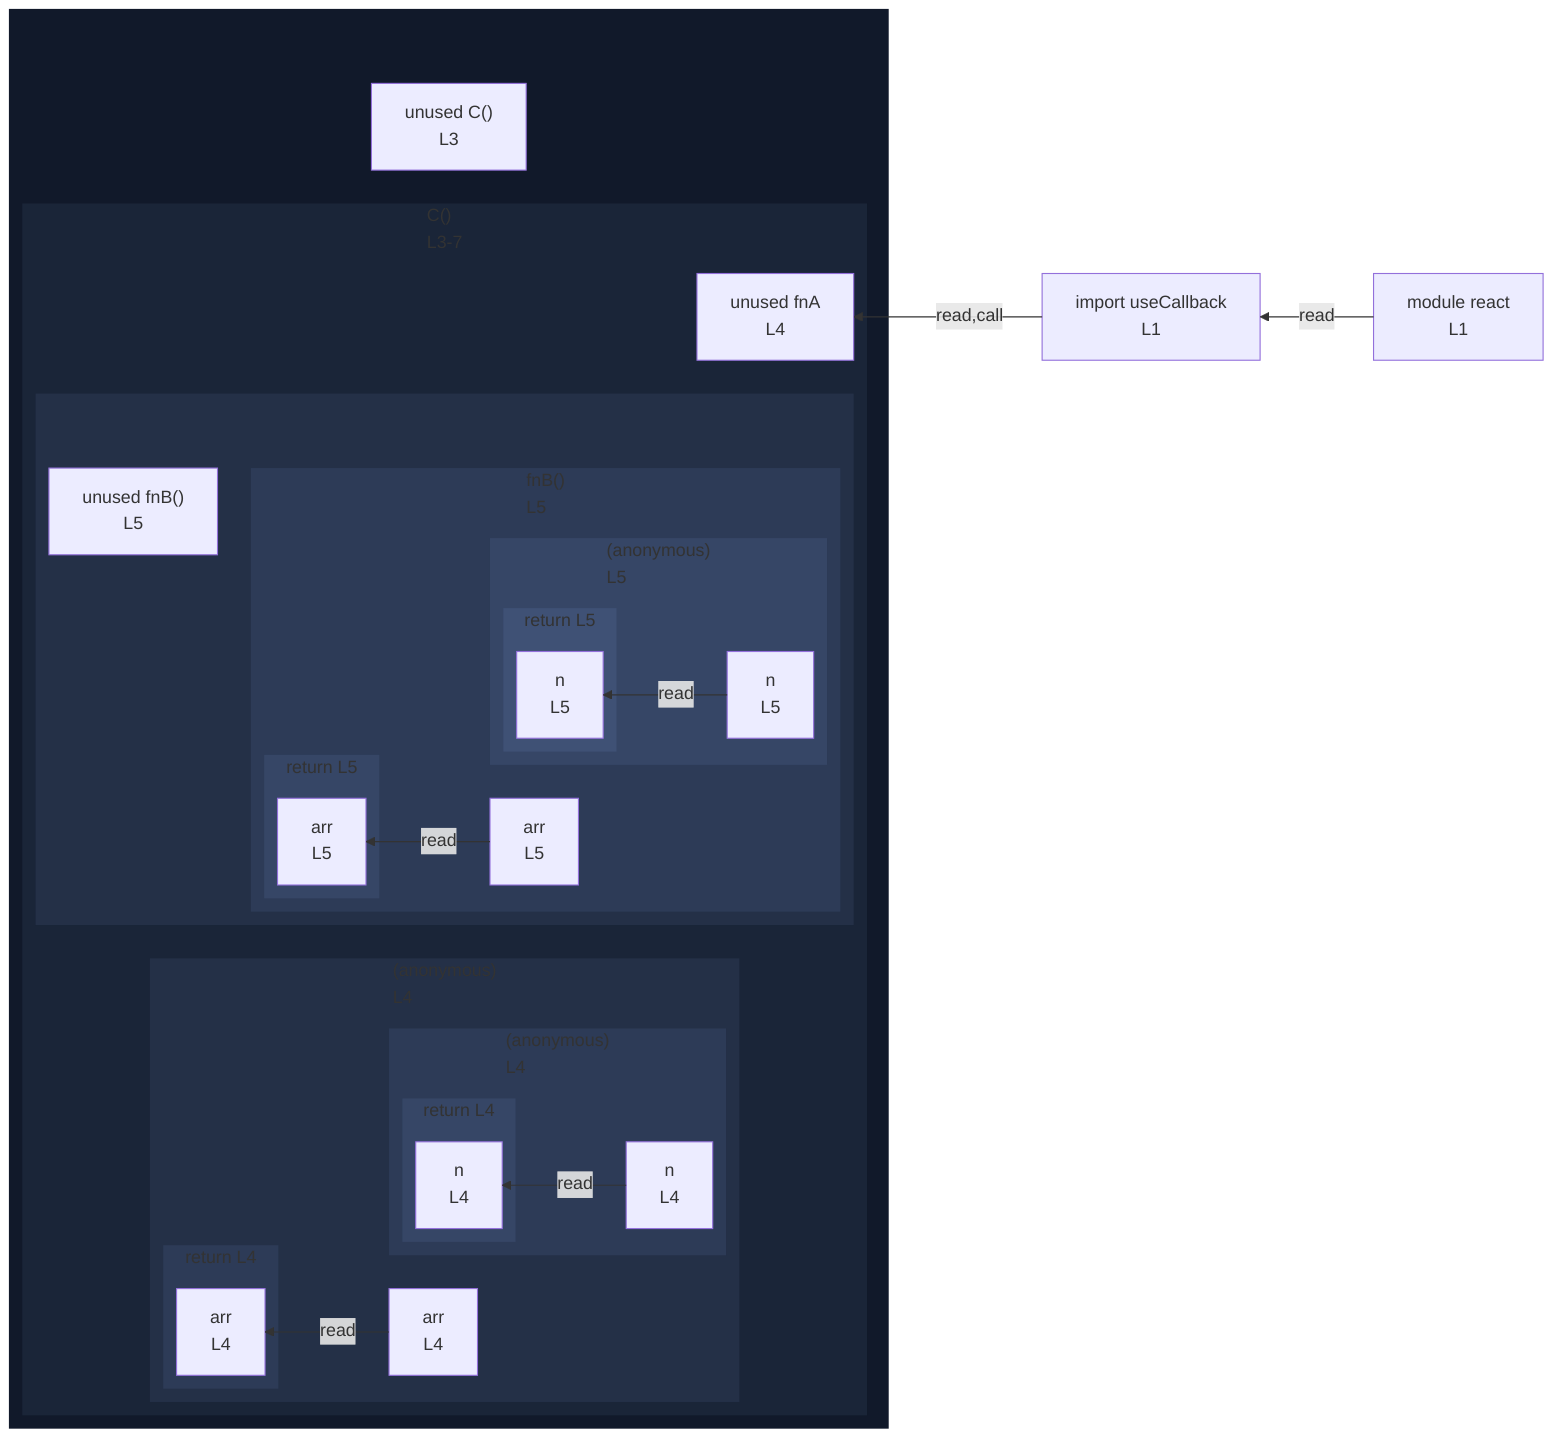
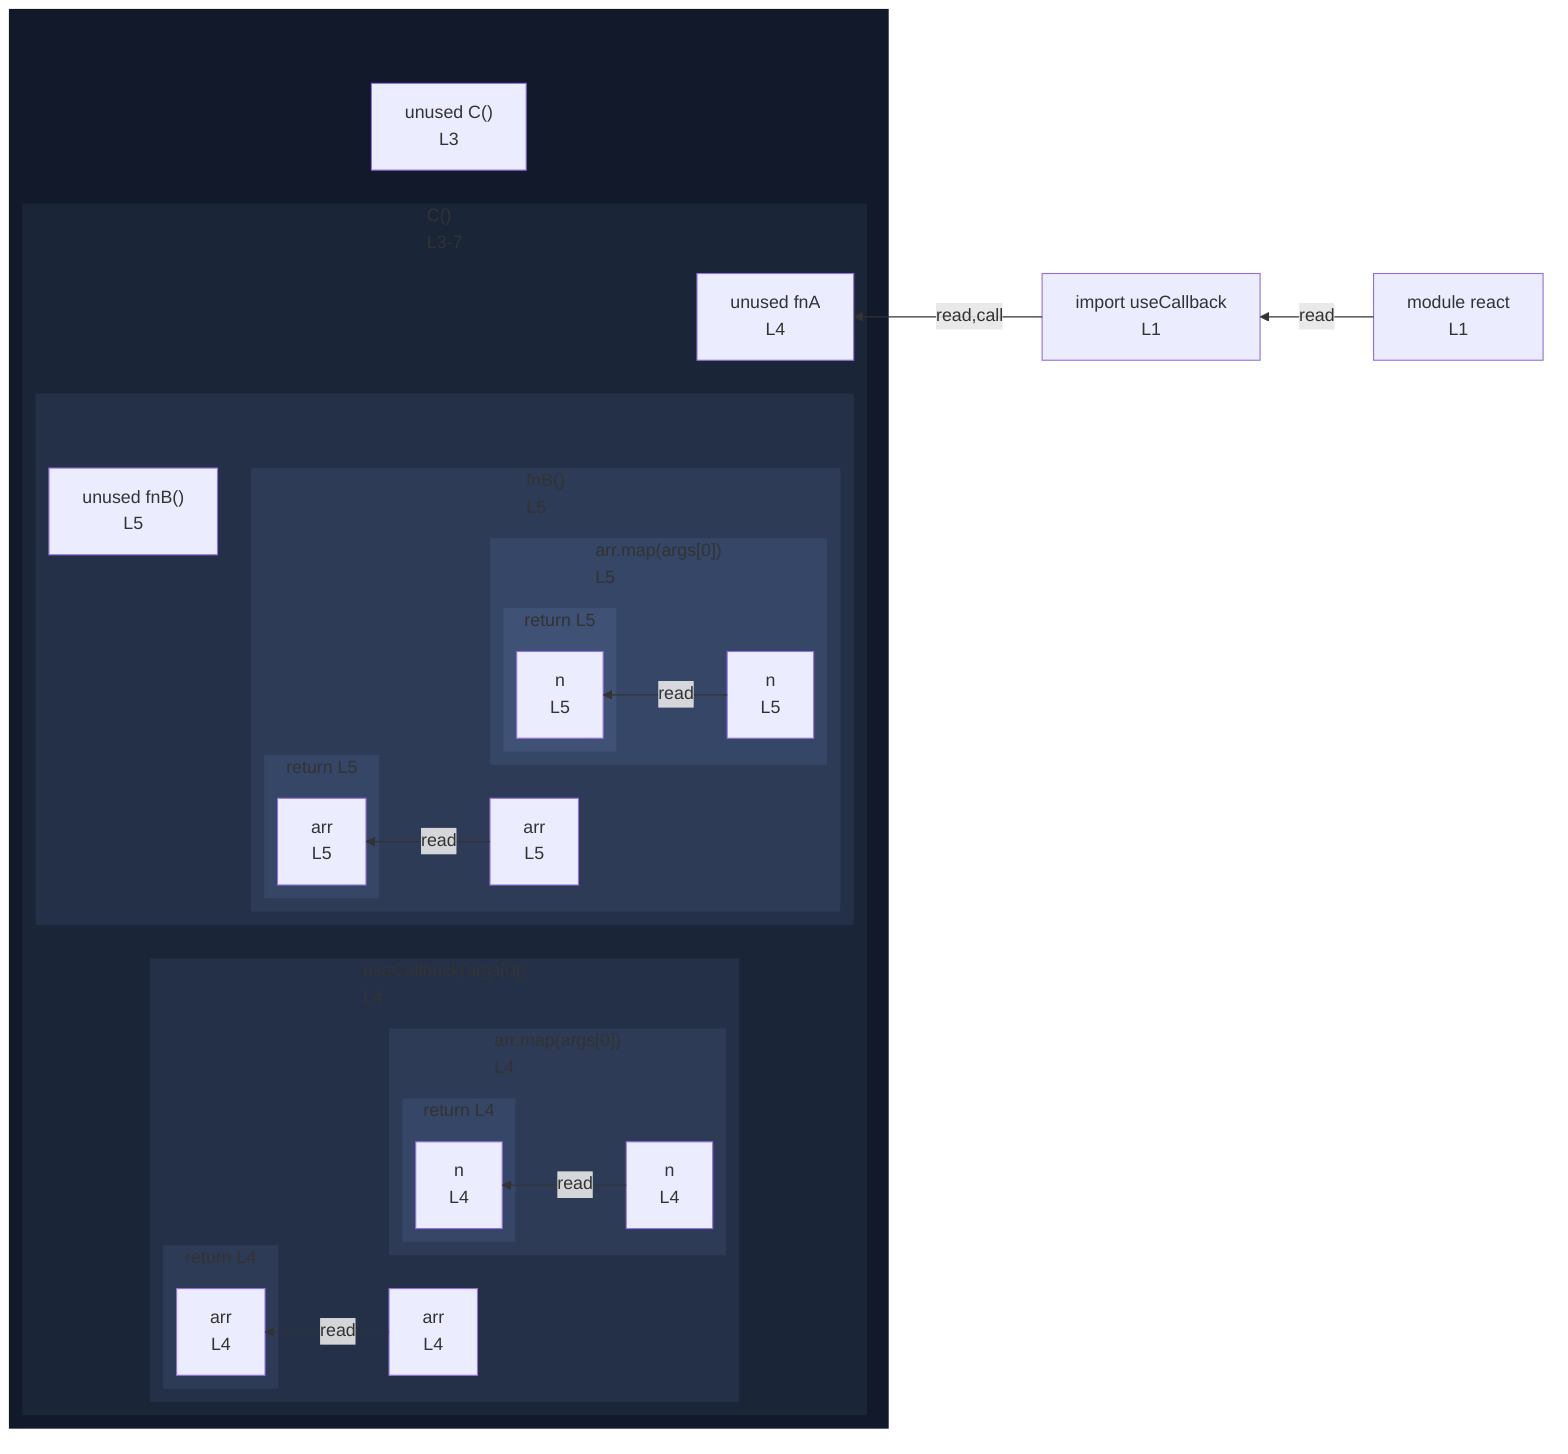
%%{init: {"flowchart": {"defaultRenderer": "elk"}}}%%
flowchart RL
  n_scope_0_useCallback_9["import useCallback<br/>L1"]
  subgraph wrap_s_scope_1[" "]
    direction TB
    n_scope_0_C_44["unused C()<br/>L3"]
    subgraph s_scope_1["C()<br/>L3-7"]
      direction RL
      n_scope_1_fnA_64["unused fnA<br/>L4"]
-       subgraph s_scope_2["(anonymous)<br/>L4"]
+       subgraph s_scope_2["useCallback(args[0])<br/>L4"]
        direction RL
        n_scope_2_arr_83["arr<br/>L4"]
-         subgraph s_scope_3["(anonymous)<br/>L4"]
+         subgraph s_scope_3["arr.map(args[0])<br/>L4"]
          direction RL
          n_scope_3_n_110["n<br/>L4"]
          subgraph s_return_scope_0_C_44_116_121["return L4"]
            direction RL
            ret_use_ref_4["n<br/>L4"]
          end
        end
        subgraph s_return_scope_0_C_44_101_122["return L4"]
          direction RL
          ret_use_ref_3["arr<br/>L4"]
        end
      end
      subgraph wrap_s_scope_4[" "]
        direction TB
        n_scope_1_fnB_137["unused fnB()<br/>L5"]
        subgraph s_scope_4["fnB()<br/>L5"]
          direction RL
          n_scope_4_arr_144["arr<br/>L5"]
-           subgraph s_scope_5["(anonymous)<br/>L5"]
+           subgraph s_scope_5["arr.map(args[0])<br/>L5"]
            direction RL
            n_scope_5_n_171["n<br/>L5"]
            subgraph s_return_scope_1_fnB_137_177_182["return L5"]
              direction RL
              ret_use_ref_7["n<br/>L5"]
            end
          end
          subgraph s_return_scope_1_fnB_137_162_183["return L5"]
            direction RL
            ret_use_ref_6["arr<br/>L5"]
          end
        end
      end
    end
  end
  n_scope_0_useCallback_9 -->|read,call| n_scope_1_fnA_64
  n_scope_2_arr_83 -->|read| ret_use_ref_3
  n_scope_3_n_110 -->|read| ret_use_ref_4
  n_scope_4_arr_144 -->|read| ret_use_ref_6
  n_scope_5_n_171 -->|read| ret_use_ref_7
  mod_react["module react<br/>L1"]
  mod_react -->|read| n_scope_0_useCallback_9
  classDef nestL1 fill:#11192a,stroke:transparent;
  class wrap_s_scope_1 nestL1;
  classDef nestL2 fill:#1a2538,stroke:transparent;
  class s_scope_1 nestL2;
  classDef nestL3 fill:#243047,stroke:transparent;
  class s_scope_2 nestL3;
  class wrap_s_scope_4 nestL3;
  classDef nestL4 fill:#2d3b57,stroke:transparent;
  class s_scope_3 nestL4;
  class s_return_scope_0_C_44_101_122 nestL4;
  class s_scope_4 nestL4;
  classDef nestL5 fill:#364666,stroke:transparent;
  class s_return_scope_0_C_44_116_121 nestL5;
  class s_scope_5 nestL5;
  class s_return_scope_1_fnB_137_162_183 nestL5;
  classDef nestL6 fill:#3f5175,stroke:transparent;
  class s_return_scope_1_fnB_137_177_182 nestL6;
